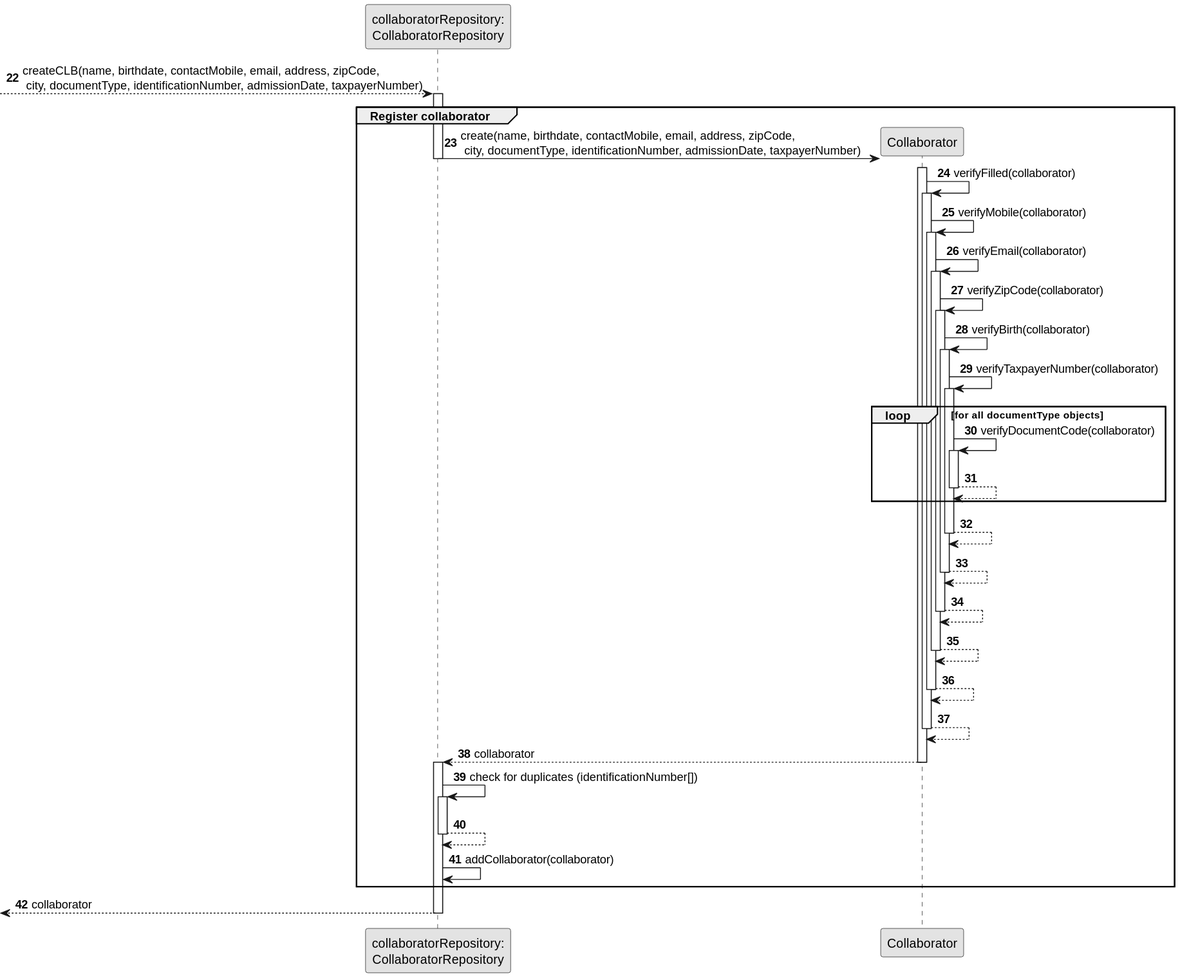
Above: docs/sprintB/us003/03.design/svg/us003-sequence-diagram-partial-register-collab.svg in ricardomm7/leaflink (PlantUML), before the change. Source of this version:
```plantuml
@startuml
skinparam monochrome true
skinparam packageStyle rectangle
skinparam shadowing false

participant "collaboratorRepository:\nCollaboratorRepository" as CLBREP
participant "Collaborator" as CLB

autonumber 22
--> CLBREP: createCLB(name, birthdate, contactMobile, email, address, zipCode,\n city, documentType, identificationNumber, admissionDate, taxpayerNumber)
activate CLBREP
    group Register collaborator
    CLBREP->CLB** : create(name, birthdate, contactMobile, email, address, zipCode,\n city, documentType, identificationNumber, admissionDate, taxpayerNumber)
deactivate CLBREP

        activate CLB
        CLB -> CLB : verifyFilled(collaborator)
        activate CLB
        CLB -> CLB : verifyMobile(collaborator)
        activate CLB
        CLB -> CLB : verifyEmail(collaborator)
        activate CLB
        CLB -> CLB : verifyZipCode(collaborator)
        activate CLB
        CLB -> CLB : verifyBirth(collaborator)
        activate CLB
        CLB -> CLB : verifyTaxpayerNumber(collaborator)
        activate CLB

        loop for all documentType objects
        CLB -> CLB : verifyDocumentCode(collaborator)
        activate CLB
        CLB --> CLB
        deactivate CLB
        end loop

        CLB --> CLB
        deactivate CLB
        CLB --> CLB
        deactivate CLB
        CLB --> CLB
        deactivate CLB
        CLB --> CLB
        deactivate CLB
        CLB --> CLB
        deactivate CLB
        CLB --> CLB
        deactivate CLB


        CLB --> CLBREP : collaborator
        deactivate CLB
        activate CLBREP

CLBREP -> CLBREP : check for duplicates (identificationNumber[])
activate CLBREP
CLBREP --> CLBREP
deactivate CLBREP
CLBREP -> CLBREP: addCollaborator(collaborator)

end
<--CLBREP : collaborator
deactivate CLBREP
        deactivate CLB
@enduml
```
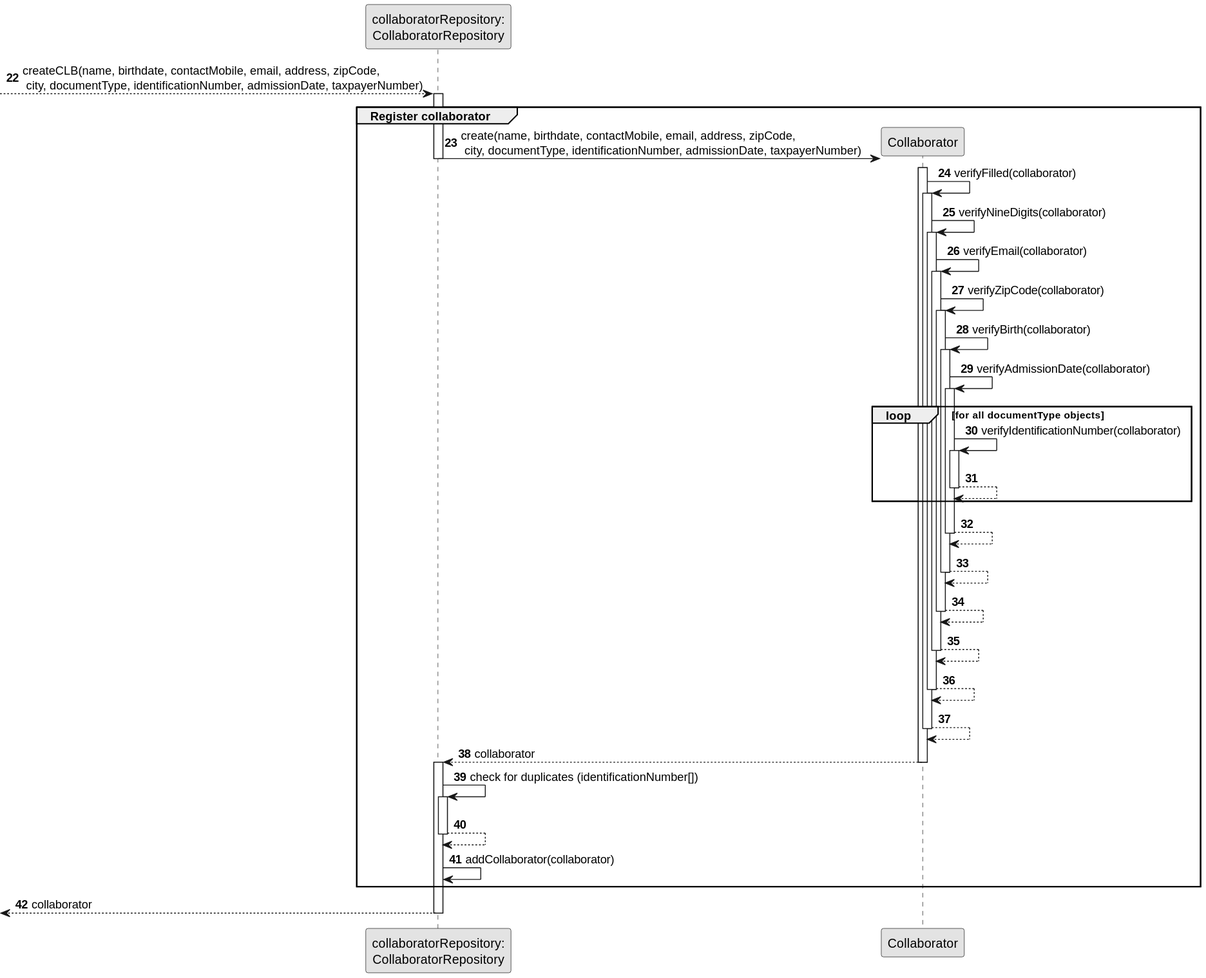
Later version of the same file.

Diff of the diagram source:
```diff
@@ -16,7 +16,7 @@
         activate CLB
         CLB -> CLB : verifyFilled(collaborator)
         activate CLB
-        CLB -> CLB : verifyMobile(collaborator)
+        CLB -> CLB : verifyNineDigits(collaborator)
         activate CLB
         CLB -> CLB : verifyEmail(collaborator)
         activate CLB
@@ -24,15 +24,17 @@
         activate CLB
         CLB -> CLB : verifyBirth(collaborator)
         activate CLB
-        CLB -> CLB : verifyTaxpayerNumber(collaborator)
-        activate CLB
+                CLB -> CLB : verifyAdmissionDate(collaborator)
+                activate CLB
+
 
         loop for all documentType objects
-        CLB -> CLB : verifyDocumentCode(collaborator)
+        CLB -> CLB : verifyIdentificationNumber(collaborator)
         activate CLB
         CLB --> CLB
         deactivate CLB
         end loop
+
 
         CLB --> CLB
         deactivate CLB
@@ -44,8 +46,8 @@
         deactivate CLB
         CLB --> CLB
         deactivate CLB
-        CLB --> CLB
-        deactivate CLB
+                CLB --> CLB
+                deactivate CLB
 
 
         CLB --> CLBREP : collaborator
```
